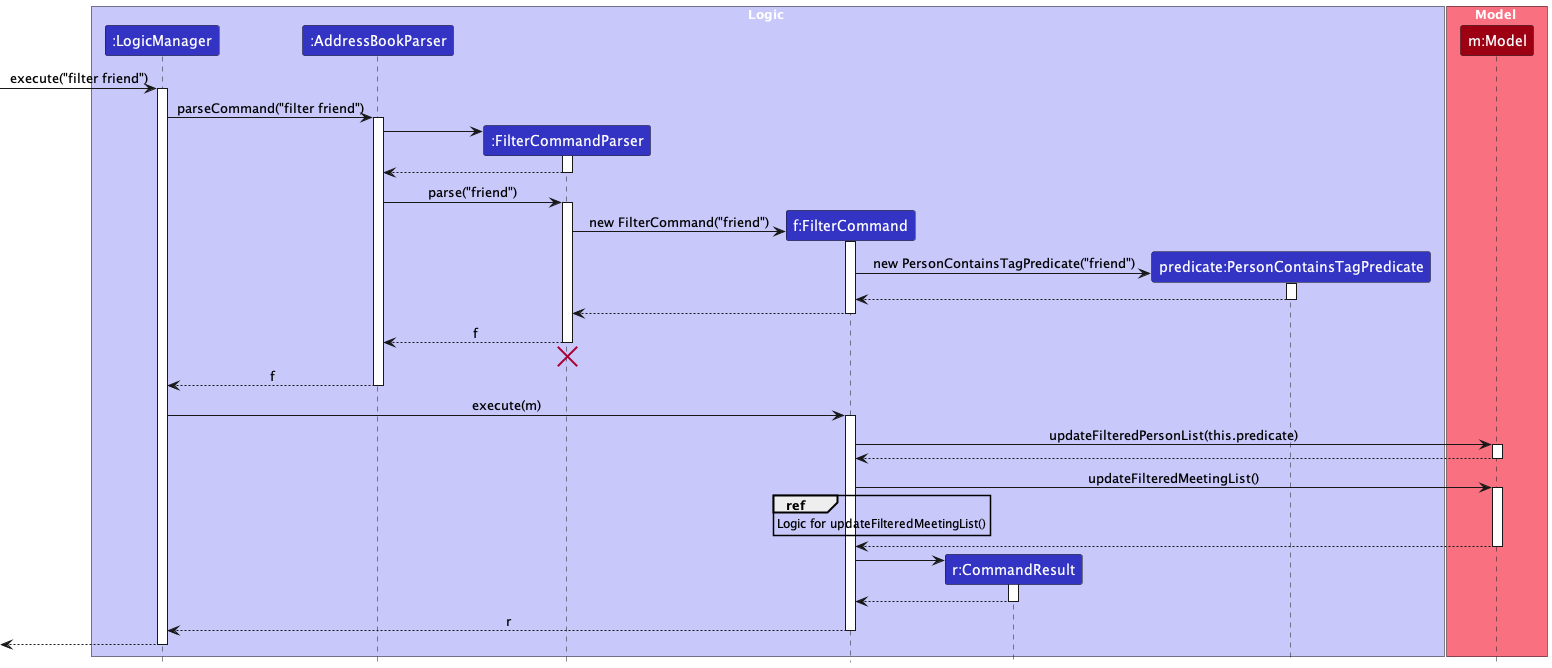
This is docs/images/FilterSequenceDiagram.png from sethteo/tp, a PlantUML export, as it was before one commit.
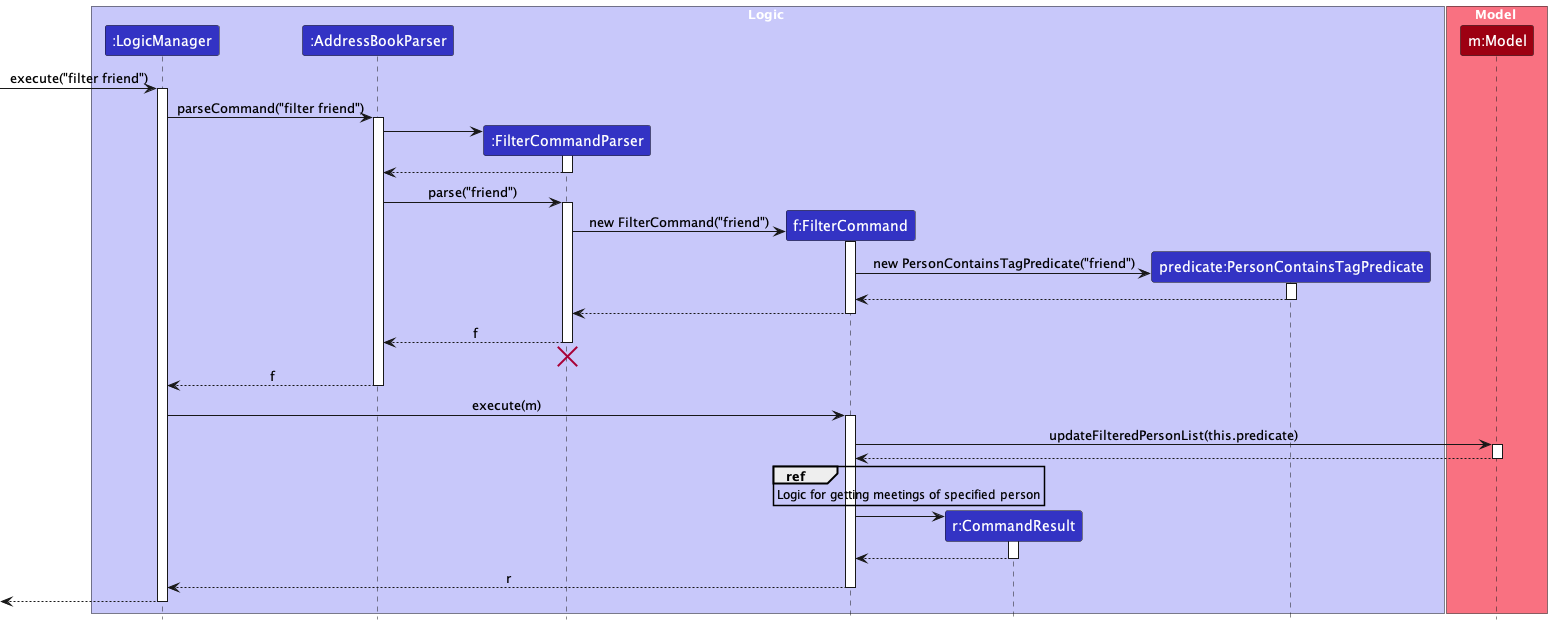
Above is the later version.

The edit, as a diff of the source:
```diff
@@ -66,14 +66,11 @@
 
 
 
-FilterCommand -> Model : updateFilteredMeetingList()
 
-activate Model
 ref over FilterCommand
-Logic for updateFilteredMeetingList()
+Logic for getting meetings of specified person
 end ref
-Model --> FilterCommand
-deactivate Model
+
 
 create CommandResult
 FilterCommand -> CommandResult
```
